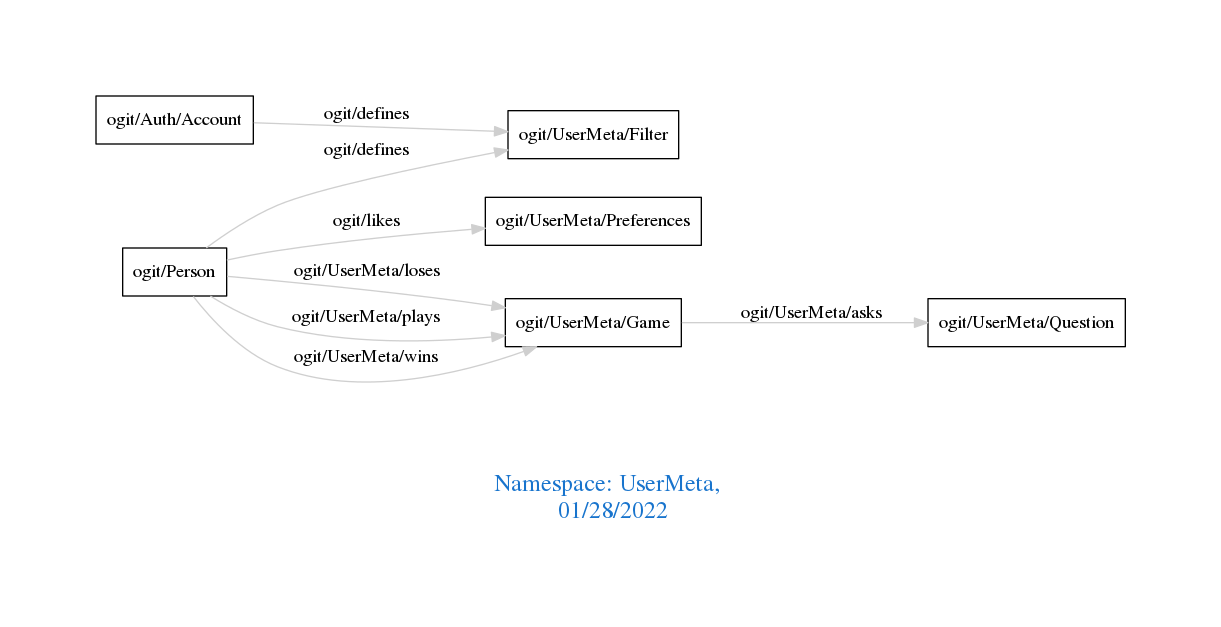
Above: downloads/UserMeta.png in arago/OGIT (Graphviz), before the change. Its source is kept beside it as downloads/UserMeta.dot.
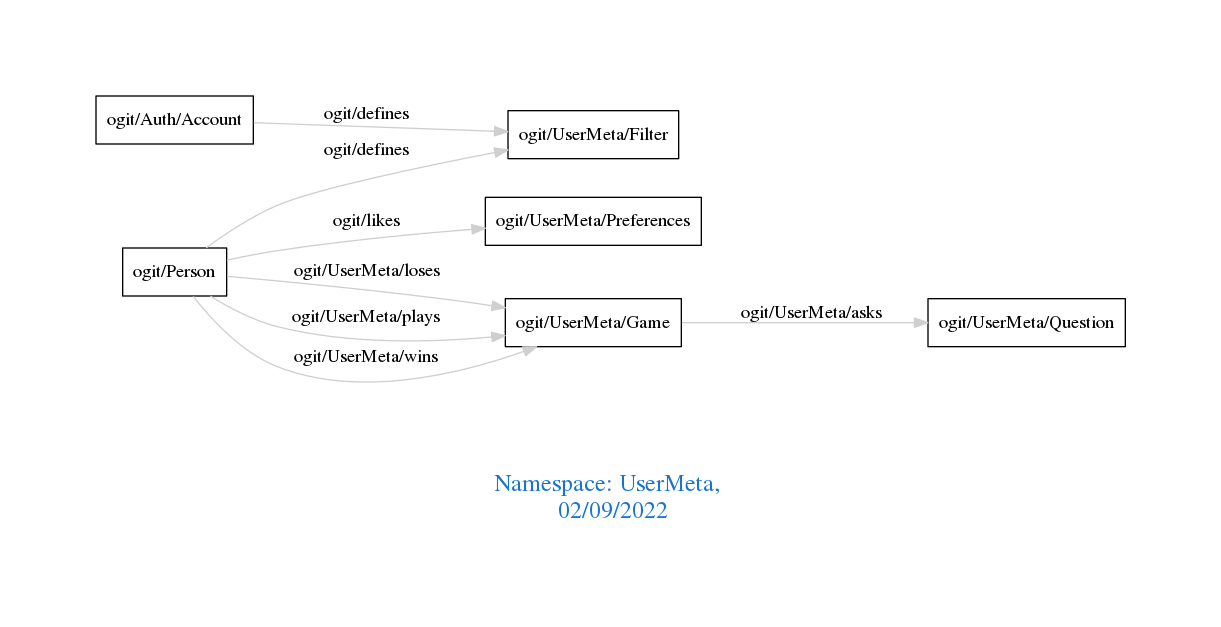
Later version of the same file.

Diff of the diagram source:
```diff
@@ -1,7 +1,7 @@
 digraph OGIT_ontology {
  graph [ rankdir= LR,pad=1
 fontsize = 18,
-fontcolor= dodgerblue3,label = "\n\n\nNamespace: UserMeta, \n 01/28/2022"];
+fontcolor= dodgerblue3,label = "\n\n\nNamespace: UserMeta, \n 02/09/2022"];
 node[shape=polygon];
 edge [  color="gray81"];
 
```
